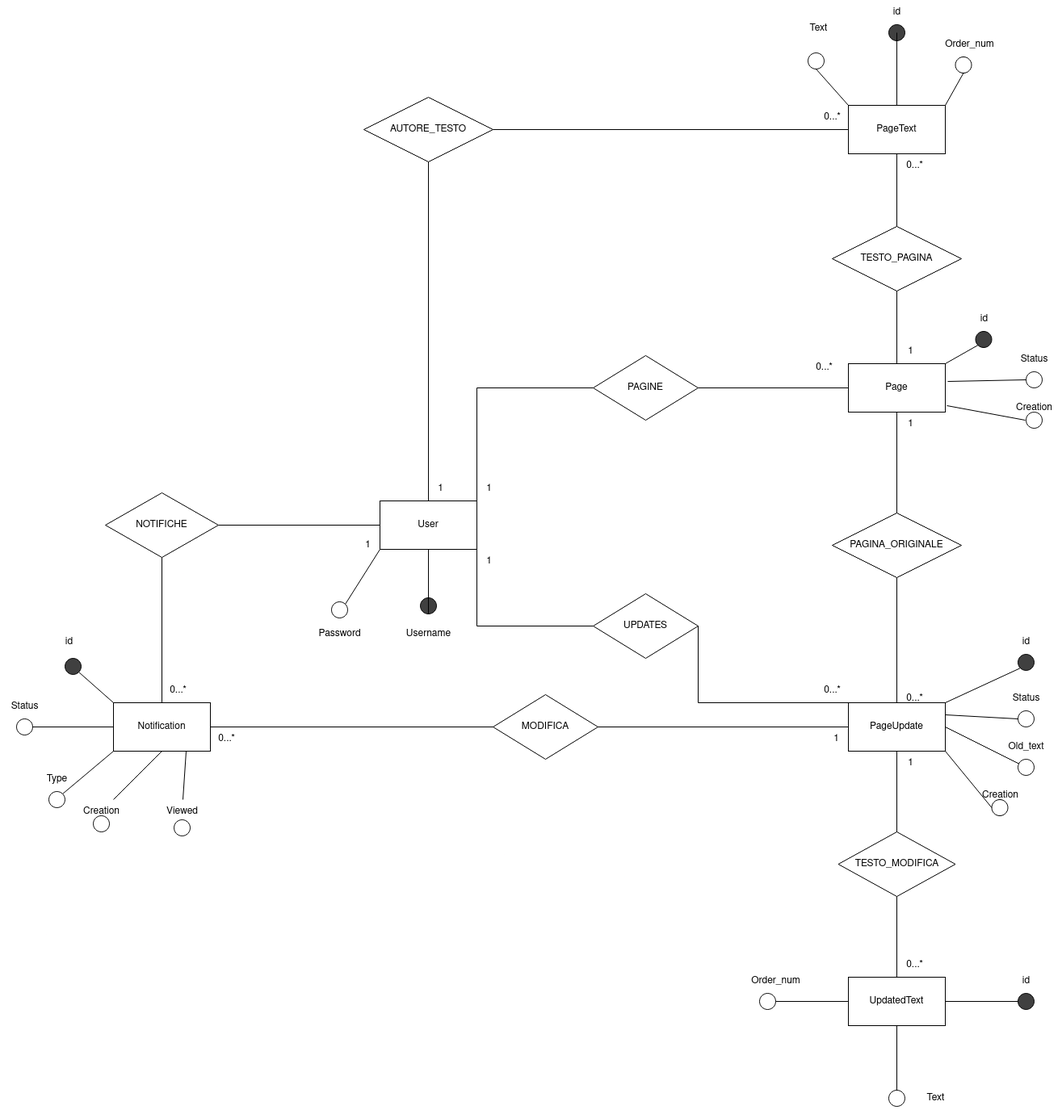
Before: documentazione/BD/ER_RISTRUTTURATO.drawio.png, a diagram exported from draw.io (Polliog/Progetto-OOBD). Source tidied: cells renumbered, new cells last; positions are measured from the earlier drawing's top-left corner, leaving out a move shared by most shapes.
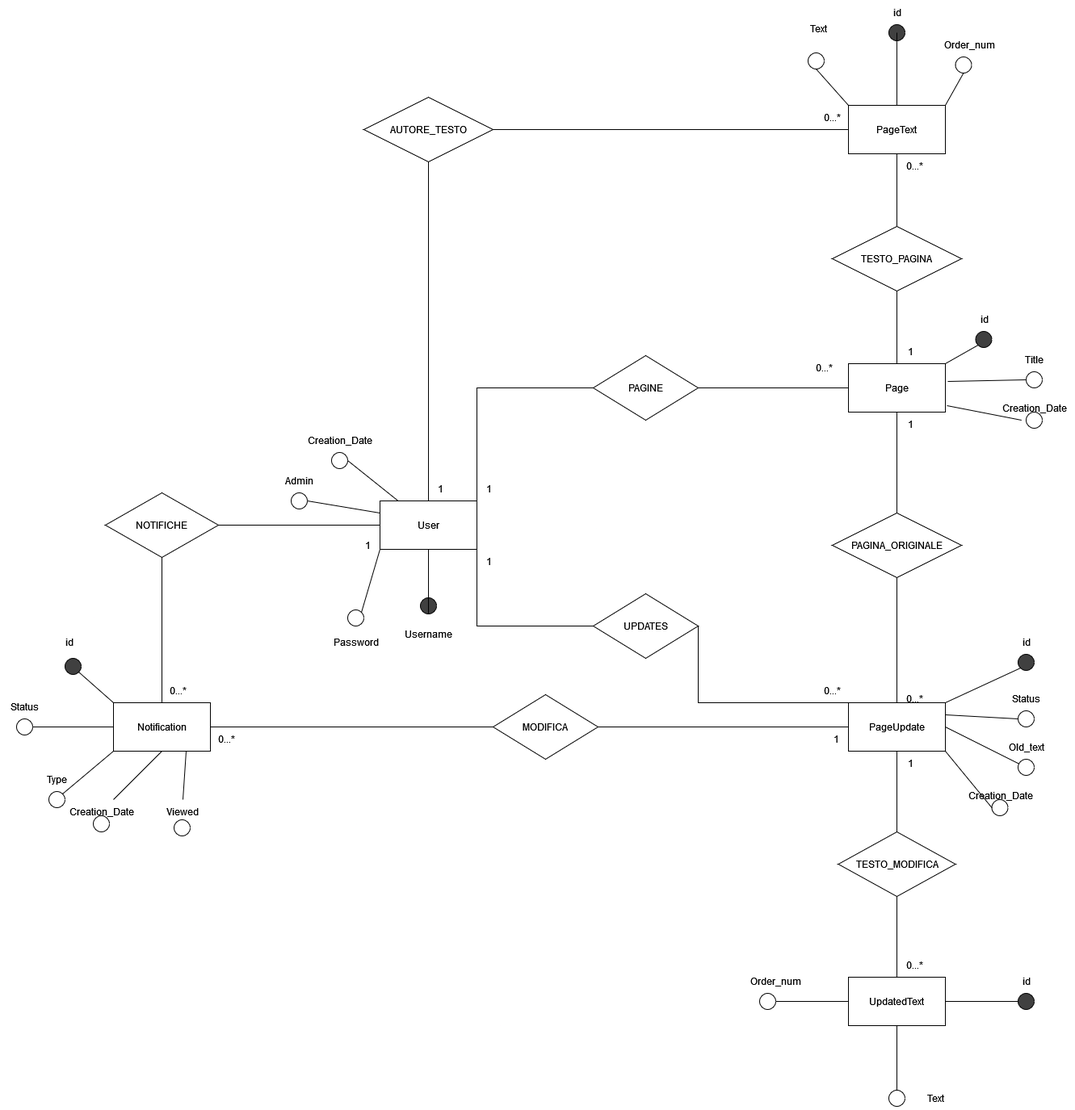
After the change.

What changed in the source:
```diff
@@ -9,7 +9,7 @@
       <mxGeometry x="520" y="740" width="20" height="20" as="geometry" />
     </mxCell>
     <mxCell id="4" style="ellipse;whiteSpace=wrap;html=1;" parent="1" vertex="1">
-      <mxGeometry x="410" y="745" width="20" height="20" as="geometry" />
+      <mxGeometry x="430" y="755" width="20" height="20" as="geometry" />
     </mxCell>
     <mxCell id="5" style="endArrow=none;html=1;rounded=0;entryX=0.5;entryY=1;entryDx=0;entryDy=0;" parent="1" edge="1" target="3">
       <mxGeometry relative="1" as="geometry">
@@ -23,7 +23,7 @@
       <mxGeometry relative="1" as="geometry" />
     </mxCell>
     <mxCell id="8" value="&lt;div&gt;Password&lt;/div&gt;" style="text;html=1;align=center;verticalAlign=middle;strokeColor=none;fillColor=none;" parent="1" vertex="1">
-      <mxGeometry x="380" y="770" width="80" height="30" as="geometry" />
+      <mxGeometry x="400" y="780" width="80" height="30" as="geometry" />
     </mxCell>
     <mxCell id="9" value="UPDATES" style="rhombus;whiteSpace=wrap;html=1;" parent="1" vertex="1">
       <mxGeometry x="734" y="735" width="130" height="80" as="geometry" />
@@ -285,11 +285,11 @@
     <mxCell id="90" style="ellipse;whiteSpace=wrap;html=1;" parent="1" vertex="1">
       <mxGeometry x="1270" y="510" width="20" height="20" as="geometry" />
     </mxCell>
-    <mxCell id="91" value="Status" style="text;html=1;align=center;verticalAlign=middle;strokeColor=none;fillColor=none;" parent="1" vertex="1">
-      <mxGeometry x="1250" y="430" width="60" height="30" as="geometry" />
+    <mxCell id="91" value="Title" style="text;html=1;align=center;verticalAlign=middle;strokeColor=none;fillColor=none;" parent="1" vertex="1">
+      <mxGeometry x="1255" y="430" width="50" height="30" as="geometry" />
     </mxCell>
-    <mxCell id="92" value="Creation" style="text;html=1;align=center;verticalAlign=middle;points=[];strokeColor=none;fillColor=none;" parent="1" vertex="1">
-      <mxGeometry x="1245" y="490" width="70" height="30" as="geometry" />
+    <mxCell id="92" value="Creation_Date" style="text;html=1;align=center;verticalAlign=middle;points=[];strokeColor=none;fillColor=none;" parent="1" vertex="1">
+      <mxGeometry x="1230" y="490" width="100" height="30" as="geometry" />
     </mxCell>
     <mxCell id="93" style="endArrow=none;html=1;rounded=0;entryX=1;entryY=0;entryDx=0;entryDy=0;exitX=0;exitY=1;exitDx=0;exitDy=0;" parent="1" edge="1" source="87" target="33">
       <mxGeometry relative="1" as="geometry" />
@@ -303,14 +303,14 @@
     <mxCell id="96" style="ellipse;whiteSpace=wrap;html=1;" parent="1" vertex="1">
       <mxGeometry x="1227.5" y="990" width="20" height="20" as="geometry" />
     </mxCell>
-    <mxCell id="97" value="Creation" style="text;html=1;align=center;verticalAlign=middle;strokeColor=none;fillColor=none;" parent="1" vertex="1">
-      <mxGeometry x="1202.5" y="970" width="70" height="30" as="geometry" />
+    <mxCell id="97" value="Creation_Date" style="text;html=1;align=center;verticalAlign=middle;strokeColor=none;fillColor=none;" parent="1" vertex="1">
+      <mxGeometry x="1187.5" y="970" width="100" height="30" as="geometry" />
     </mxCell>
     <mxCell id="98" style="ellipse;whiteSpace=wrap;html=1;" parent="1" vertex="1">
       <mxGeometry x="115" y="1010" width="20" height="20" as="geometry" />
     </mxCell>
-    <mxCell id="99" value="Creation" style="text;html=1;align=center;verticalAlign=middle;points=[];strokeColor=none;fillColor=none;" parent="1" vertex="1">
-      <mxGeometry x="90" y="990" width="70" height="30" as="geometry" />
+    <mxCell id="99" value="Creation_Date" style="text;html=1;align=center;verticalAlign=middle;points=[];strokeColor=none;fillColor=none;" parent="1" vertex="1">
+      <mxGeometry x="75" y="990" width="100" height="30" as="geometry" />
     </mxCell>
     <mxCell id="100" style="endArrow=none;html=1;rounded=0;entryX=0.5;entryY=1;entryDx=0;entryDy=0;" parent="1" edge="1" source="99" target="15">
       <mxGeometry relative="1" as="geometry" />
@@ -327,5 +327,23 @@
     <mxCell id="104" style="endArrow=none;html=1;rounded=0;entryX=0.75;entryY=1;entryDx=0;entryDy=0;" parent="1" edge="1" source="103" target="15">
       <mxGeometry relative="1" as="geometry" />
     </mxCell>
+    <mxCell id="105" style="ellipse;whiteSpace=wrap;html=1;" parent="1" vertex="1">
+      <mxGeometry x="410" y="560" width="20" height="20" as="geometry" />
+    </mxCell>
+    <mxCell id="106" value="Creation_Date" style="text;html=1;align=center;verticalAlign=middle;strokeColor=none;fillColor=none;" parent="1" vertex="1">
+      <mxGeometry x="370" y="530" width="100" height="30" as="geometry" />
+    </mxCell>
+    <mxCell id="107" style="ellipse;whiteSpace=wrap;html=1;" parent="1" vertex="1">
+      <mxGeometry x="360" y="610" width="20" height="20" as="geometry" />
+    </mxCell>
+    <mxCell id="108" value="Admin" style="text;html=1;align=center;verticalAlign=middle;strokeColor=none;fillColor=none;" parent="1" vertex="1">
+      <mxGeometry x="340" y="580" width="60" height="30" as="geometry" />
+    </mxCell>
+    <mxCell id="109" style="endArrow=none;html=1;rounded=0;exitX=1;exitY=0.5;exitDx=0;exitDy=0;" parent="1" edge="1" source="105" target="2">
+      <mxGeometry relative="1" as="geometry" />
+    </mxCell>
+    <mxCell id="110" style="endArrow=none;html=1;rounded=0;entryX=0;entryY=0.25;entryDx=0;entryDy=0;exitX=1;exitY=0.5;exitDx=0;exitDy=0;" parent="1" edge="1" source="107" target="2">
+      <mxGeometry relative="1" as="geometry" />
+    </mxCell>
   </root>
 </mxGraphModel>
```
